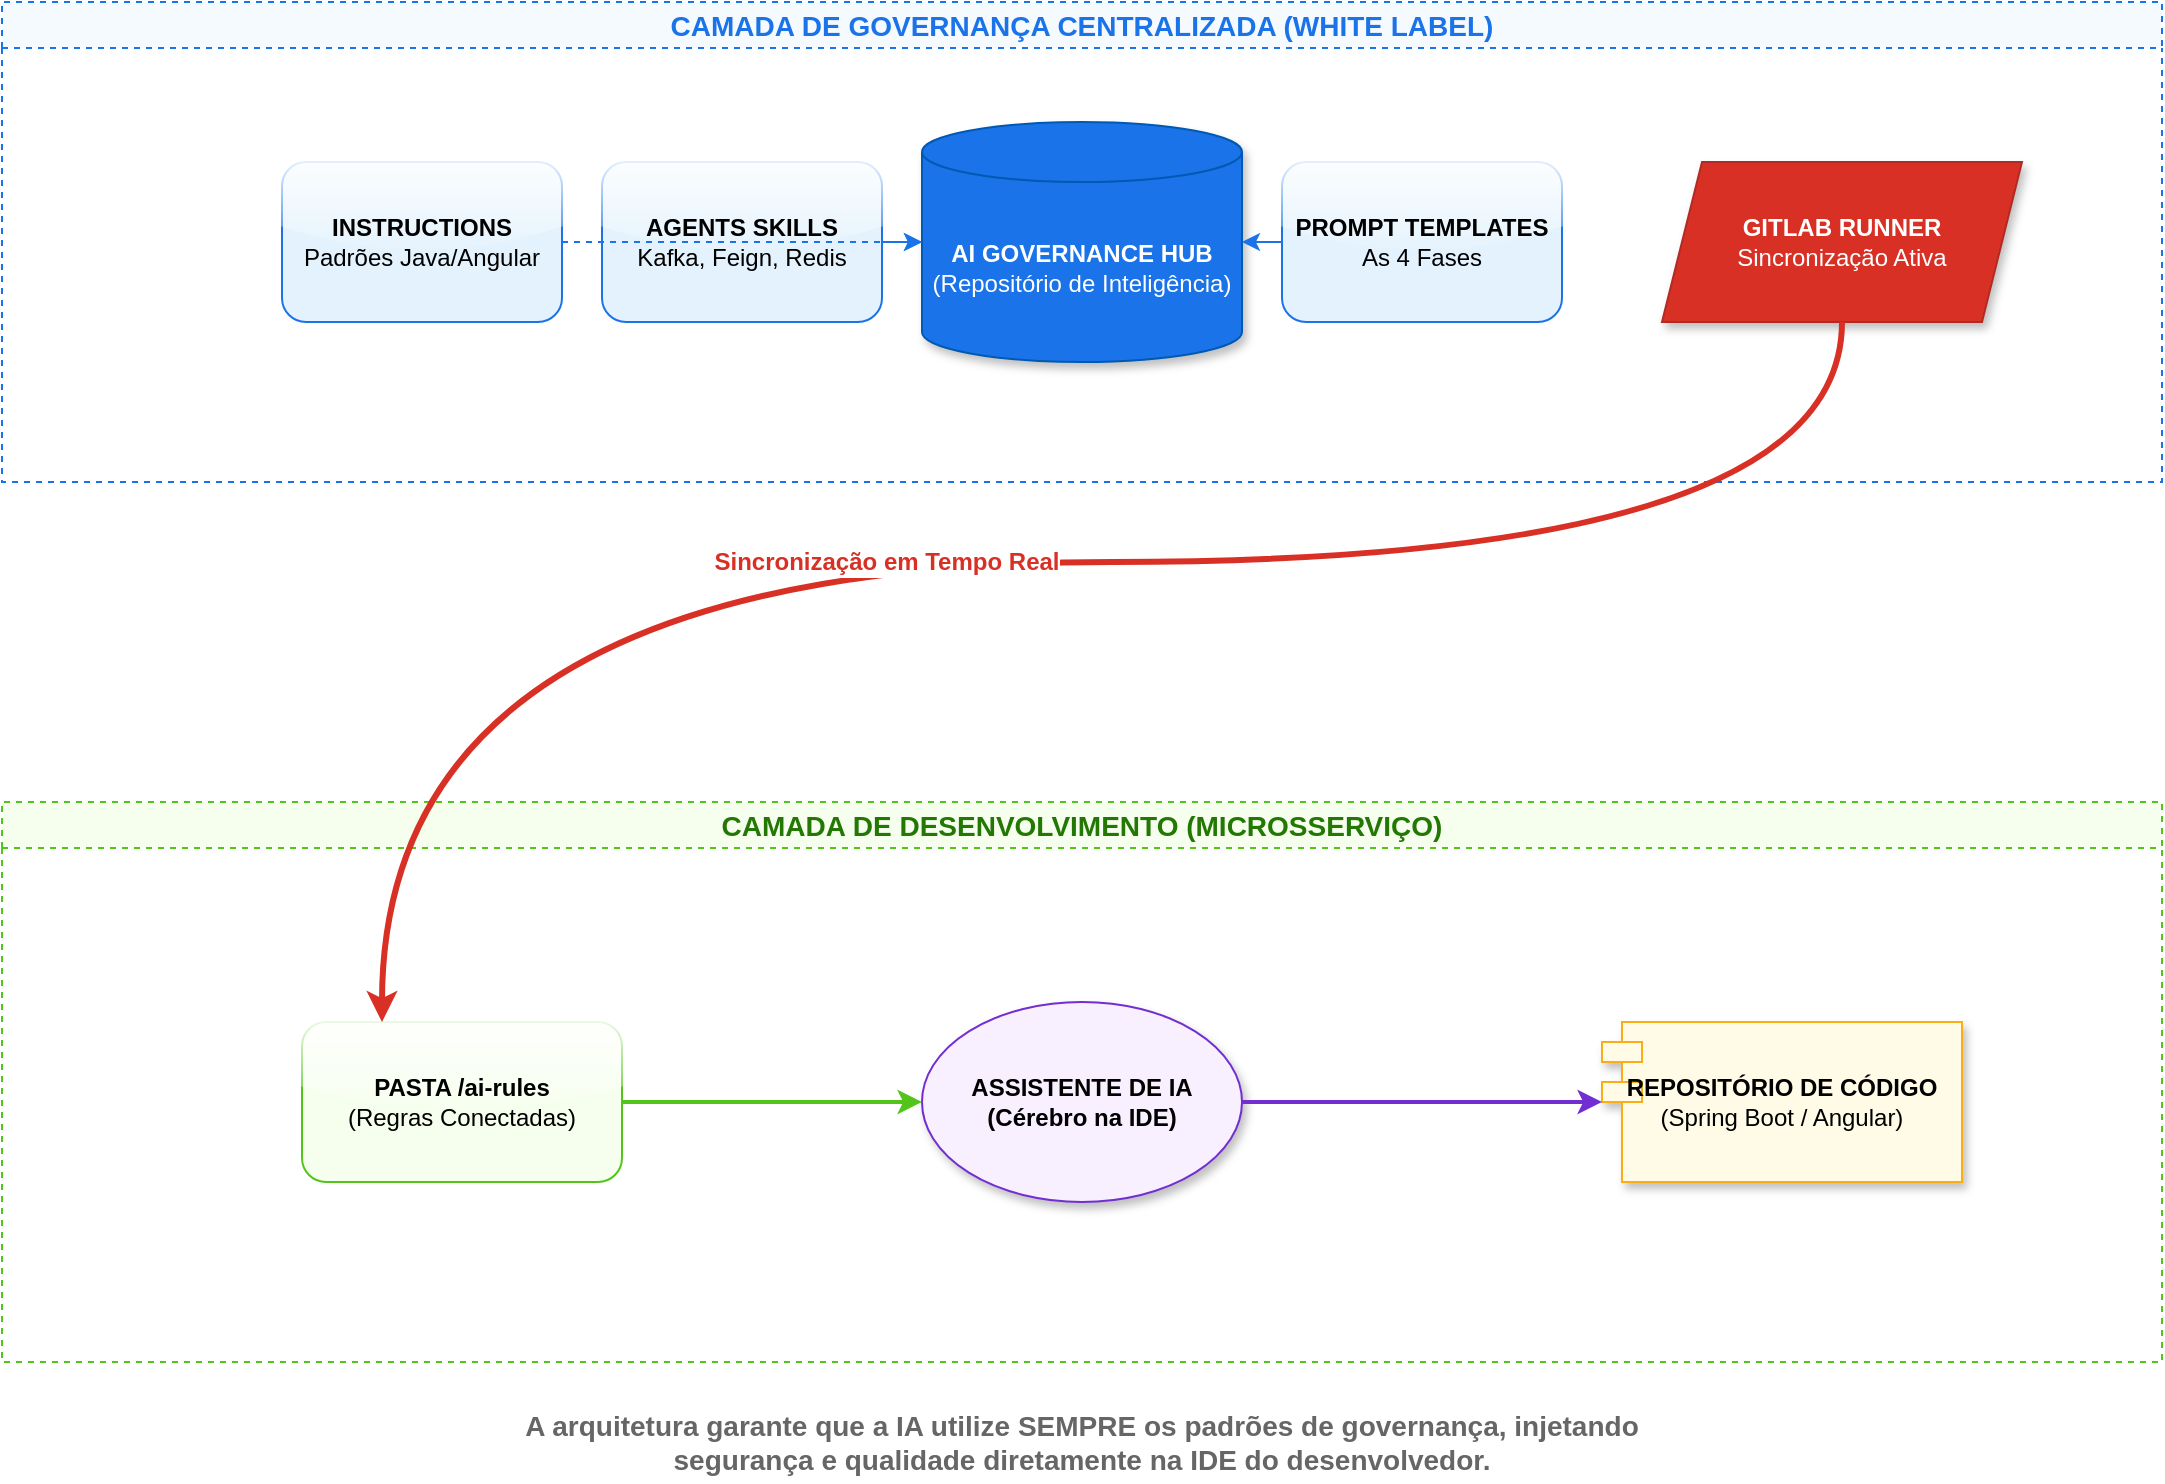
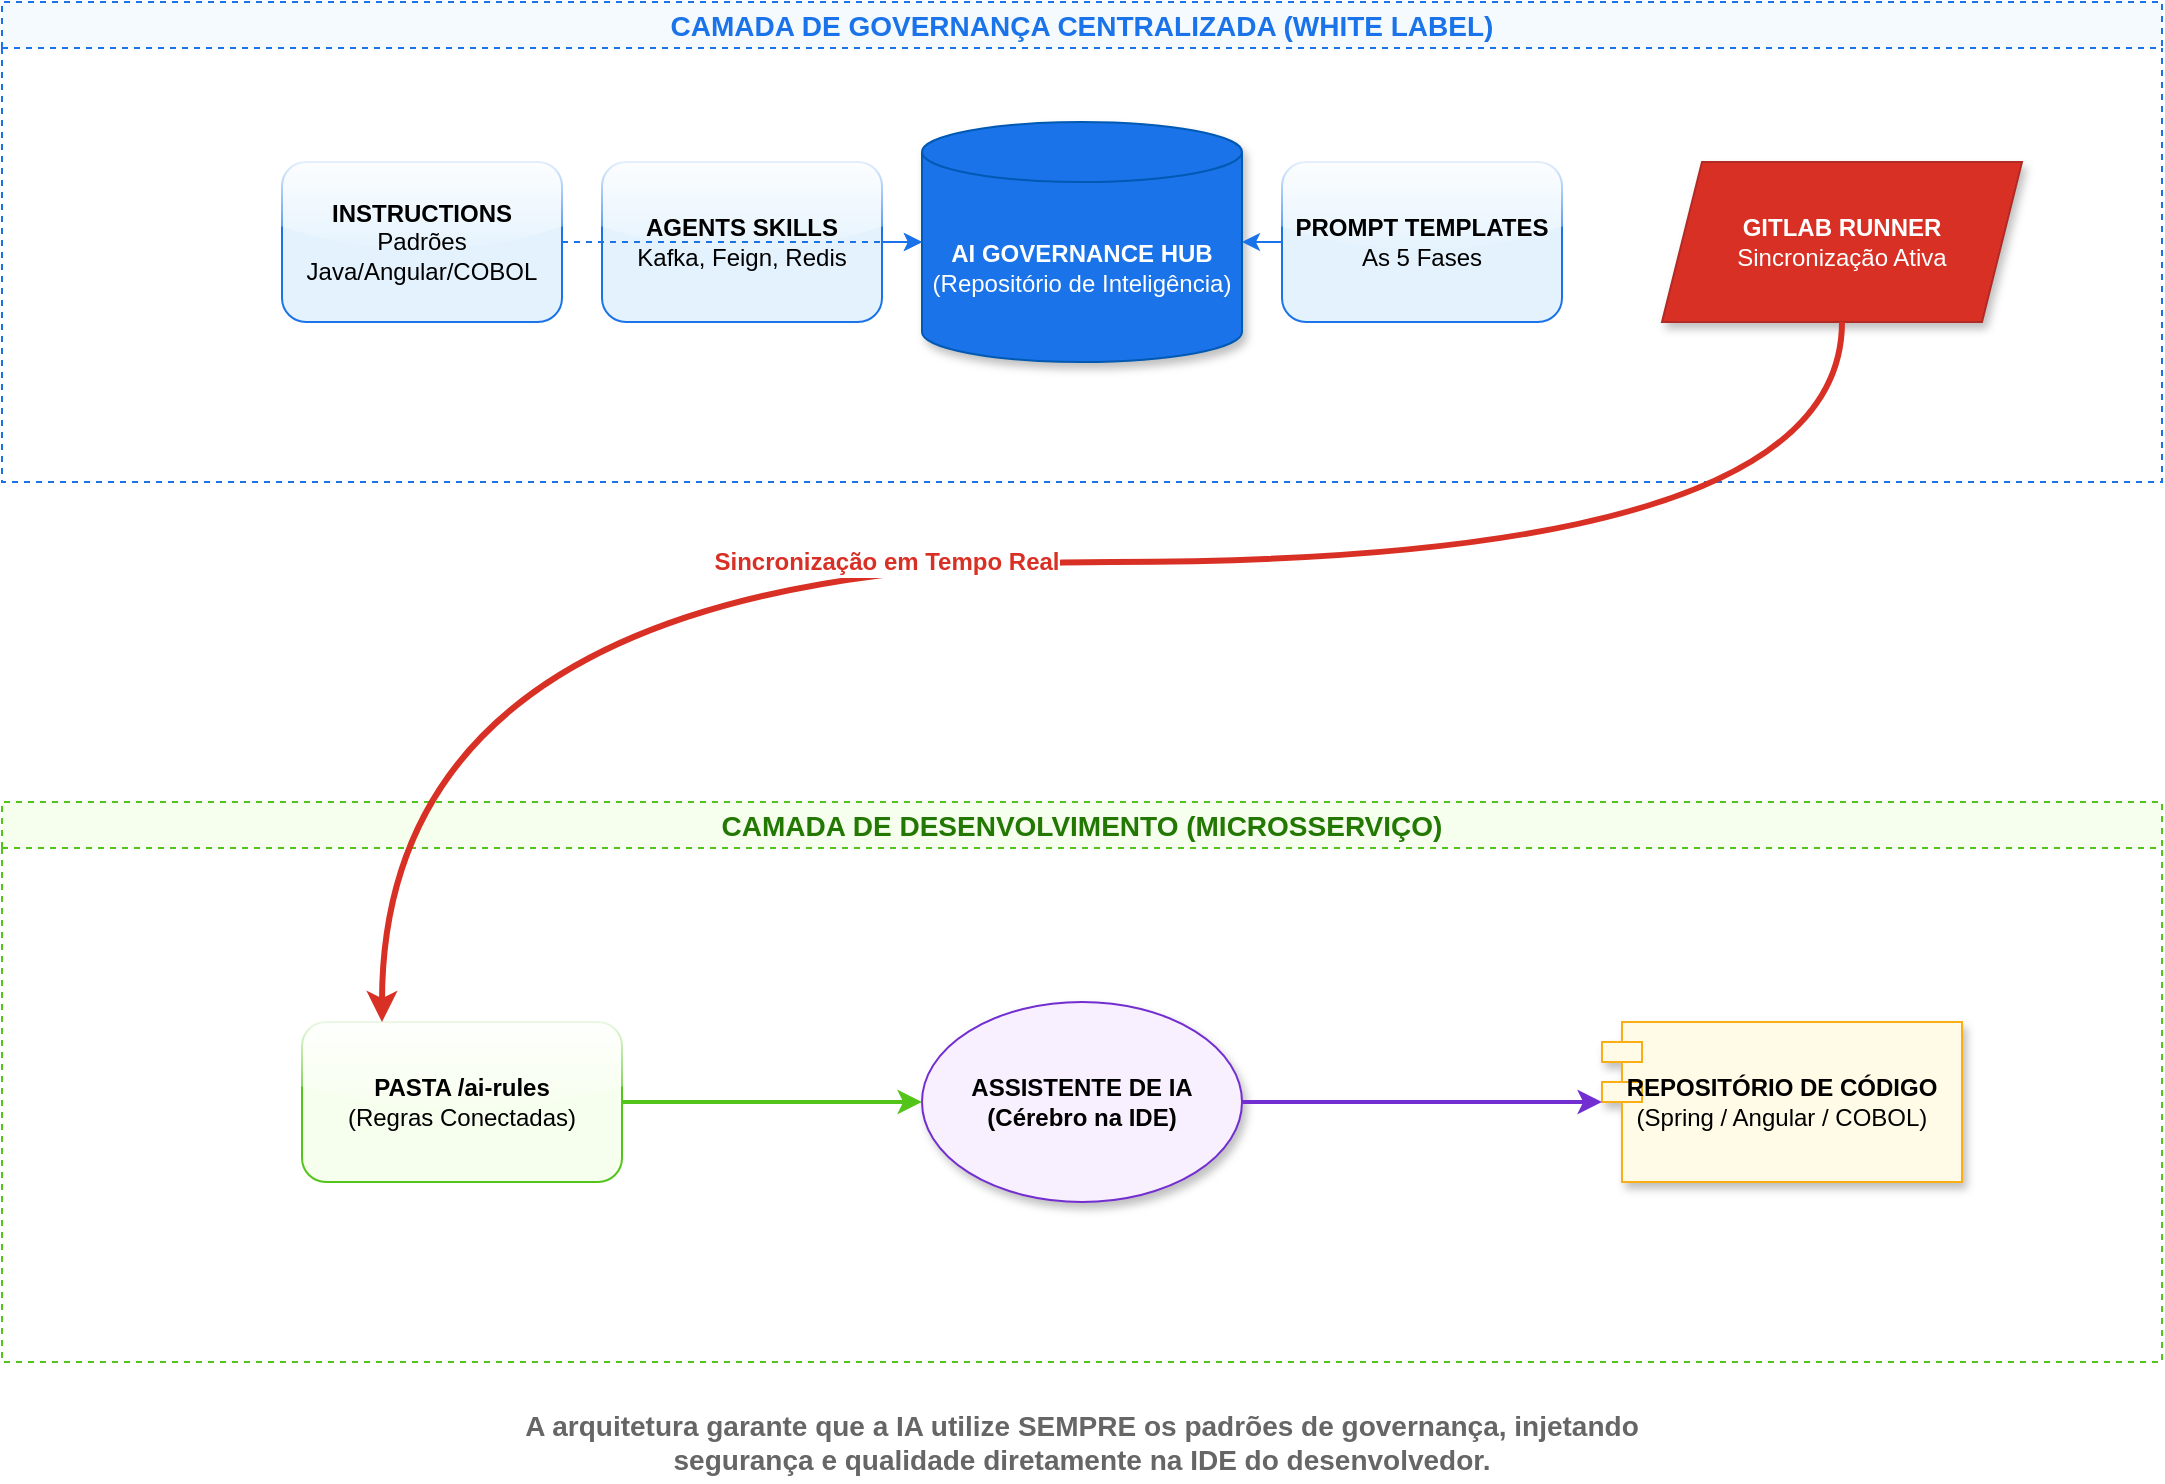
<mxfile host="Electron" version="21.6.8" type="device">
  <diagram id="solucao-v2" name="Arquitetura de Alta Fidelidade">
    <mxGraphModel dx="1422" dy="794" grid="1" gridSize="10" guides="1" tooltips="1" connect="1" arrows="1" fold="1" page="1" pageScale="1" pageWidth="1169" pageHeight="827" math="0" shadow="0">
      <root>
        <mxCell id="0" />
        <mxCell id="1" parent="0" />

        <!-- Camada Central de Governança -->
        <mxCell id="group-central" value="CAMADA DE GOVERNANÇA CENTRALIZADA (WHITE LABEL)" style="swimlane;whiteSpace=wrap;html=1;fillColor=#F5FAFF;strokeColor=#1A73E8;dashed=1;fontStyle=1;fontSize=14;fontColor=#1A73E8;" vertex="1" parent="1">
          <mxGeometry x="40" y="40" width="1080" height="240" as="geometry" />
        </mxCell>

        <mxCell id="hub-repo" value="&lt;b&gt;AI GOVERNANCE HUB&lt;/b&gt;&lt;br&gt;(Repositório de Inteligência)" style="shape=cylinder3;whiteSpace=wrap;html=1;boundedLbl=1;backgroundOutline=1;size=15;fillColor=#1A73E8;strokeColor=#0059B2;fontColor=#FFFFFF;shadow=1;" vertex="1" parent="group-central">
          <mxGeometry x="460" y="60" width="160" height="120" as="geometry" />
        </mxCell>

-         <mxCell id="instructions" value="&lt;b&gt;INSTRUCTIONS&lt;/b&gt;&lt;br&gt;Padrões Java/Angular" style="rounded=1;whiteSpace=wrap;html=1;fillColor=#E3F2FD;strokeColor=#1A73E8;glass=1;" vertex="1" parent="group-central">
+         <mxCell id="instructions" value="&lt;b&gt;INSTRUCTIONS&lt;/b&gt;&lt;br&gt;Padrões Java/Angular/COBOL" style="rounded=1;whiteSpace=wrap;html=1;fillColor=#E3F2FD;strokeColor=#1A73E8;glass=1;" vertex="1" parent="group-central">
          <mxGeometry x="140" y="80" width="140" height="80" as="geometry" />
        </mxCell>

        <mxCell id="skills" value="&lt;b&gt;AGENTS SKILLS&lt;/b&gt;&lt;br&gt;Kafka, Feign, Redis" style="rounded=1;whiteSpace=wrap;html=1;fillColor=#E3F2FD;strokeColor=#1A73E8;glass=1;" vertex="1" parent="group-central">
          <mxGeometry x="300" y="80" width="140" height="80" as="geometry" />
        </mxCell>

-         <mxCell id="templates" value="&lt;b&gt;PROMPT TEMPLATES&lt;/b&gt;&lt;br&gt;As 4 Fases" style="rounded=1;whiteSpace=wrap;html=1;fillColor=#E3F2FD;strokeColor=#1A73E8;glass=1;" vertex="1" parent="group-central">
+         <mxCell id="templates" value="&lt;b&gt;PROMPT TEMPLATES&lt;/b&gt;&lt;br&gt;As 5 Fases" style="rounded=1;whiteSpace=wrap;html=1;fillColor=#E3F2FD;strokeColor=#1A73E8;glass=1;" vertex="1" parent="group-central">
          <mxGeometry x="640" y="80" width="140" height="80" as="geometry" />
        </mxCell>

        <mxCell id="catalog-sync" value="&lt;b&gt;GITLAB RUNNER&lt;/b&gt;&lt;br&gt;Sincronização Ativa" style="shape=parallelogram;perimeter=parallelogramPerimeter;whiteSpace=wrap;html=1;fixedSize=1;fillColor=#D93025;strokeColor=#B12B24;fontColor=#FFFFFF;shadow=1;" vertex="1" parent="group-central">
          <mxGeometry x="830" y="80" width="180" height="80" as="geometry" />
        </mxCell>

        <!-- Conexões Internas -->
        <mxCell id="c1" edge="1" parent="group-central" source="instructions" target="hub-repo" style="edgeStyle=orthogonalEdgeStyle;rounded=1;orthogonalLoop=1;jettySize=auto;html=1;strokeColor=#1A73E8;dashed=1;">
          <mxGeometry relative="1" as="geometry" />
        </mxCell>
        <mxCell id="c2" edge="1" parent="group-central" source="skills" target="hub-repo" style="edgeStyle=orthogonalEdgeStyle;rounded=1;orthogonalLoop=1;jettySize=auto;html=1;strokeColor=#1A73E8;dashed=1;">
          <mxGeometry relative="1" as="geometry" />
        </mxCell>
        <mxCell id="c3" edge="1" parent="group-central" source="templates" target="hub-repo" style="edgeStyle=orthogonalEdgeStyle;rounded=1;orthogonalLoop=1;jettySize=auto;html=1;strokeColor=#1A73E8;dashed=1;">
          <mxGeometry relative="1" as="geometry" />
        </mxCell>

        <!-- Camada de Execução Local -->
        <mxCell id="group-local" value="CAMADA DE DESENVOLVIMENTO (MICROSSERVIÇO)" style="swimlane;whiteSpace=wrap;html=1;fillColor=#F6FFED;strokeColor=#52C41A;dashed=1;fontStyle=1;fontSize=14;fontColor=#237804;" vertex="1" parent="1">
          <mxGeometry x="40" y="440" width="1080" height="280" as="geometry" />
        </mxCell>

        <mxCell id="ai-agent" value="&lt;b&gt;ASSISTENTE DE IA&lt;/b&gt;&lt;br&gt;(Cérebro na IDE)" style="ellipse;whiteSpace=wrap;html=1;fillColor=#F9F0FF;strokeColor=#722ED1;shadow=1;fontStyle=1;" vertex="1" parent="group-local">
          <mxGeometry x="460" y="100" width="160" height="100" as="geometry" />
        </mxCell>

        <mxCell id="ai-rules" value="&lt;b&gt;PASTA /ai-rules&lt;/b&gt;&lt;br&gt;(Regras Conectadas)" style="rounded=1;whiteSpace=wrap;html=1;fillColor=#F6FFED;strokeColor=#52C41A;glass=1;" vertex="1" parent="group-local">
          <mxGeometry x="150" y="110" width="160" height="80" as="geometry" />
        </mxCell>

-         <mxCell id="source-code" value="&lt;b&gt;REPOSITÓRIO DE CÓDIGO&lt;/b&gt;&lt;br&gt;(Spring Boot / Angular)" style="shape=module;whiteSpace=wrap;html=1;fillColor=#FFFBE6;strokeColor=#FAAD14;shadow=1;" vertex="1" parent="group-local">
+         <mxCell id="source-code" value="&lt;b&gt;REPOSITÓRIO DE CÓDIGO&lt;/b&gt;&lt;br&gt;(Spring / Angular / COBOL)" style="shape=module;whiteSpace=wrap;html=1;fillColor=#FFFBE6;strokeColor=#FAAD14;shadow=1;" vertex="1" parent="group-local">
          <mxGeometry x="800" y="110" width="180" height="80" as="geometry" />
        </mxCell>

        <!-- Fluxo Final -->
        <mxCell id="sync-flow" edge="1" parent="1" source="catalog-sync" target="ai-rules" style="edgeStyle=orthogonalEdgeStyle;rounded=1;orthogonalLoop=1;jettySize=auto;html=1;strokeWidth=3;strokeColor=#D93025;curved=1;">
          <mxGeometry relative="1" as="geometry">
            <mxPoint x="960" y="300" as="sourcePoint" />
            <mxPoint x="230" y="430" as="targetPoint" />
            <Array as="points">
              <mxPoint x="960" y="320" />
              <mxPoint x="230" y="320" />
            </Array>
          </mxGeometry>
        </mxCell>
        <mxCell id="sync-text" value="&lt;b&gt;Sincronização em Tempo Real&lt;/b&gt;" style="edgeLabel;html=1;align=center;verticalAlign=middle;resizable=0;points=[];fontSize=12;fontColor=#D93025;" vertex="1" connectable="0" parent="sync-flow">
          <mxGeometry x="0.2" relative="1" as="geometry">
            <mxPoint x="50" as="offset" />
          </mxGeometry>
        </mxCell>

        <mxCell id="f1" edge="1" parent="1" source="ai-rules" target="ai-agent" style="edgeStyle=orthogonalEdgeStyle;rounded=1;orthogonalLoop=1;jettySize=auto;html=1;strokeWidth=2;strokeColor=#52C41A;">
          <mxGeometry relative="1" as="geometry" />
        </mxCell>
        <mxCell id="f2" edge="1" parent="1" source="ai-agent" target="source-code" style="edgeStyle=orthogonalEdgeStyle;rounded=1;orthogonalLoop=1;jettySize=auto;html=1;strokeWidth=2;strokeColor=#722ED1;">
          <mxGeometry relative="1" as="geometry" />
        </mxCell>

        <!-- Legendas -->
        <mxCell id="info" value="A arquitetura garante que a IA utilize SEMPRE os padrões de governança, injetando segurança e qualidade diretamente na IDE do desenvolvedor." style="text;html=1;strokeColor=none;fillColor=none;align=center;verticalAlign=middle;whiteSpace=wrap;rounded=0;fontSize=14;fontStyle=1;fontColor=#666666;" vertex="1" parent="1">
          <mxGeometry x="270" y="740" width="620" height="40" as="geometry" />
        </mxCell>

      </root>
    </mxGraphModel>
  </diagram>
</mxfile>
